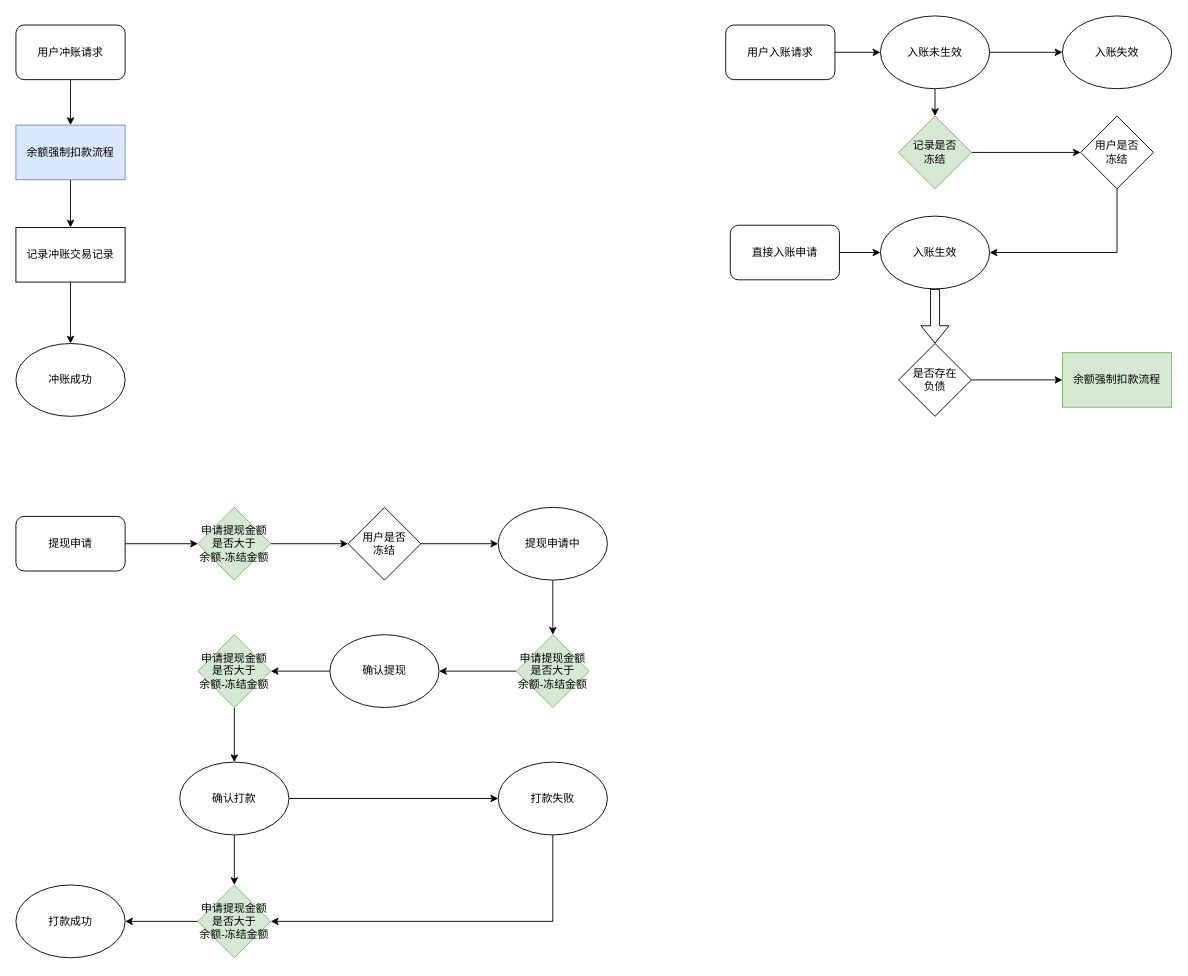
Earlier version of the draw.io diagram StudyDemo/src/用户资金流转图.drawio (keyeze/StudyPlace). Source tidied: cells renumbered, new cells numbered last; positions are measured from the earlier drawing's top-left corner, leaving out a move shared by most shapes. Both pictures are drawn from the tidied source at 91%, with x=0, y=0 at pixel (15, 15).
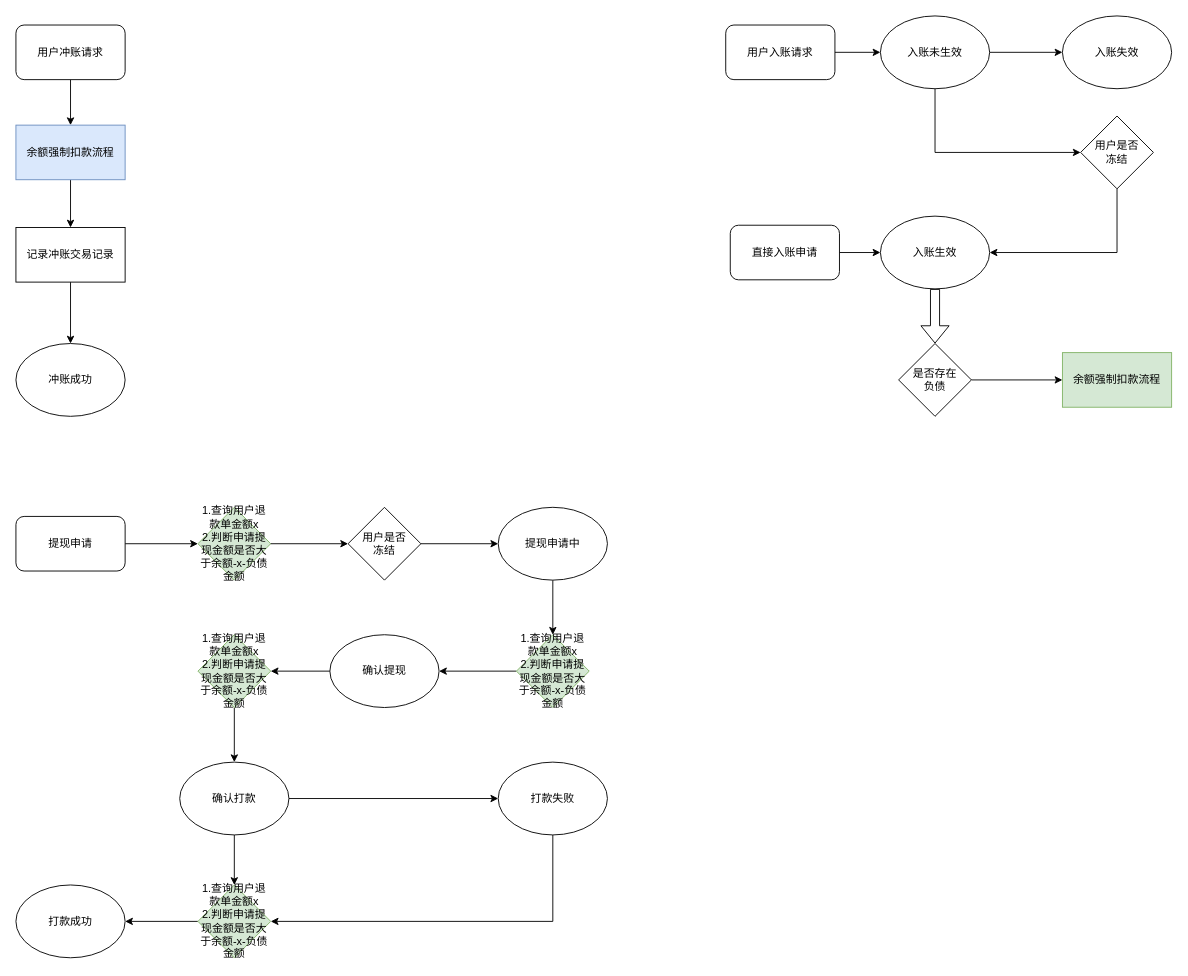
The same diagram, later.

Commit message:
更新用户资金流转图.drawio

The change refers to these unchanged cells:
```xml
<mxCell id="5" value="入账未生效" style="ellipse;whiteSpace=wrap;html=1;" parent="1" vertex="1">
  <mxGeometry x="950" width="120" height="80" as="geometry" />
</mxCell>
<mxCell id="15" value="用户是否&lt;br&gt;冻结" style="rhombus;whiteSpace=wrap;html=1;" parent="1" vertex="1">
  <mxGeometry x="1170" y="110" width="80" height="80" as="geometry" />
</mxCell>
```

What changed in the source:
```diff
@@
-    <mxCell id="3" style="edgeStyle=orthogonalEdgeStyle;rounded=0;jettySize=auto;html=1;exitX=0.5;exitY=1;exitDx=0;exitDy=0;entryX=0.5;entryY=0;entryDx=0;entryDy=0;" parent="1" edge="1" source="5" target="7">
-      <mxGeometry relative="1" as="geometry" />
-    </mxCell>
@@
+    <mxCell id="48" style="edgeStyle=orthogonalEdgeStyle;rounded=0;jettySize=auto;html=1;exitX=0.5;exitY=1;exitDx=0;exitDy=0;entryX=0;entryY=0.5;entryDx=0;entryDy=0;" parent="1" edge="1" source="5" target="15">
+      <mxGeometry relative="1" as="geometry" />
+    </mxCell>
@@
-    <mxCell id="6" style="edgeStyle=orthogonalEdgeStyle;rounded=0;jettySize=auto;html=1;exitX=1;exitY=0.5;exitDx=0;exitDy=0;entryX=0;entryY=0.5;entryDx=0;entryDy=0;" parent="1" edge="1" source="7" target="15">
-      <mxGeometry relative="1" as="geometry" />
-    </mxCell>
-    <mxCell id="7" value="记录是否&lt;br&gt;冻结" style="rhombus;whiteSpace=wrap;html=1;fillColor=#d5e8d4;strokeColor=#82b366;" parent="1" vertex="1">
-      <mxGeometry x="970" y="110" width="80" height="80" as="geometry" />
-    </mxCell>
@@
-    <mxCell id="17" value="申请提现金额&lt;br&gt;是否大于&lt;br&gt;余额-冻结金额" style="rhombus;whiteSpace=wrap;html=1;fillColor=#d5e8d4;strokeColor=#82b366;" parent="1" vertex="1">
+    <mxCell id="17" value="1.查询用户退款单金额x&lt;br&gt;2.判断申请提现金额是否大于余额-x-负债金额" style="rhombus;whiteSpace=wrap;html=1;fillColor=#d5e8d4;strokeColor=#82b366;" parent="1" vertex="1">
       <mxGeometry x="200" y="540" width="80" height="80" as="geometry" />
     </mxCell>
@@
-    <mxCell id="24" value="&lt;span style=&quot;white-space: normal&quot;&gt;申请提现金额&lt;/span&gt;&lt;br style=&quot;white-space: normal&quot;&gt;&lt;span style=&quot;white-space: normal&quot;&gt;是否大于&lt;/span&gt;&lt;br style=&quot;white-space: normal&quot;&gt;&lt;span style=&quot;white-space: normal&quot;&gt;余额-冻结金额&lt;/span&gt;" style="rhombus;whiteSpace=wrap;html=1;fillColor=#d5e8d4;strokeColor=#82b366;" parent="1" vertex="1">
+    <mxCell id="24" value="1.查询用户退款单金额x&lt;br&gt;2.判断申请提现金额是否大于余额-x-负债金额" style="rhombus;whiteSpace=wrap;html=1;fillColor=#d5e8d4;strokeColor=#82b366;" parent="1" vertex="1">
       <mxGeometry x="550" y="680" width="80" height="80" as="geometry" />
     </mxCell>
-    <mxCell id="25" value="&lt;span style=&quot;white-space: normal&quot;&gt;申请提现金额&lt;/span&gt;&lt;br style=&quot;white-space: normal&quot;&gt;&lt;span style=&quot;white-space: normal&quot;&gt;是否大于&lt;/span&gt;&lt;br style=&quot;white-space: normal&quot;&gt;&lt;span style=&quot;white-space: normal&quot;&gt;余额-冻结金额&lt;/span&gt;" style="rhombus;whiteSpace=wrap;html=1;fillColor=#d5e8d4;strokeColor=#82b366;" parent="1" vertex="1">
+    <mxCell id="25" value="1.查询用户退款单金额x&lt;br&gt;2.判断申请提现金额是否大于余额-x-负债金额" style="rhombus;whiteSpace=wrap;html=1;fillColor=#d5e8d4;strokeColor=#82b366;" parent="1" vertex="1">
       <mxGeometry x="200" y="680" width="80" height="80" as="geometry" />
     </mxCell>
@@
-    <mxCell id="41" value="&lt;span style=&quot;white-space: normal&quot;&gt;申请提现金额&lt;/span&gt;&lt;br style=&quot;white-space: normal&quot;&gt;&lt;span style=&quot;white-space: normal&quot;&gt;是否大于&lt;/span&gt;&lt;br style=&quot;white-space: normal&quot;&gt;&lt;span style=&quot;white-space: normal&quot;&gt;余额-冻结金额&lt;/span&gt;" style="rhombus;whiteSpace=wrap;html=1;fillColor=#d5e8d4;strokeColor=#82b366;" parent="1" vertex="1">
+    <mxCell id="41" value="1.查询用户退款单金额x&lt;br&gt;2.判断申请提现金额是否大于余额-x-负债金额" style="rhombus;whiteSpace=wrap;html=1;fillColor=#d5e8d4;strokeColor=#82b366;" parent="1" vertex="1">
       <mxGeometry x="200" y="955" width="80" height="80" as="geometry" />
     </mxCell>
```
